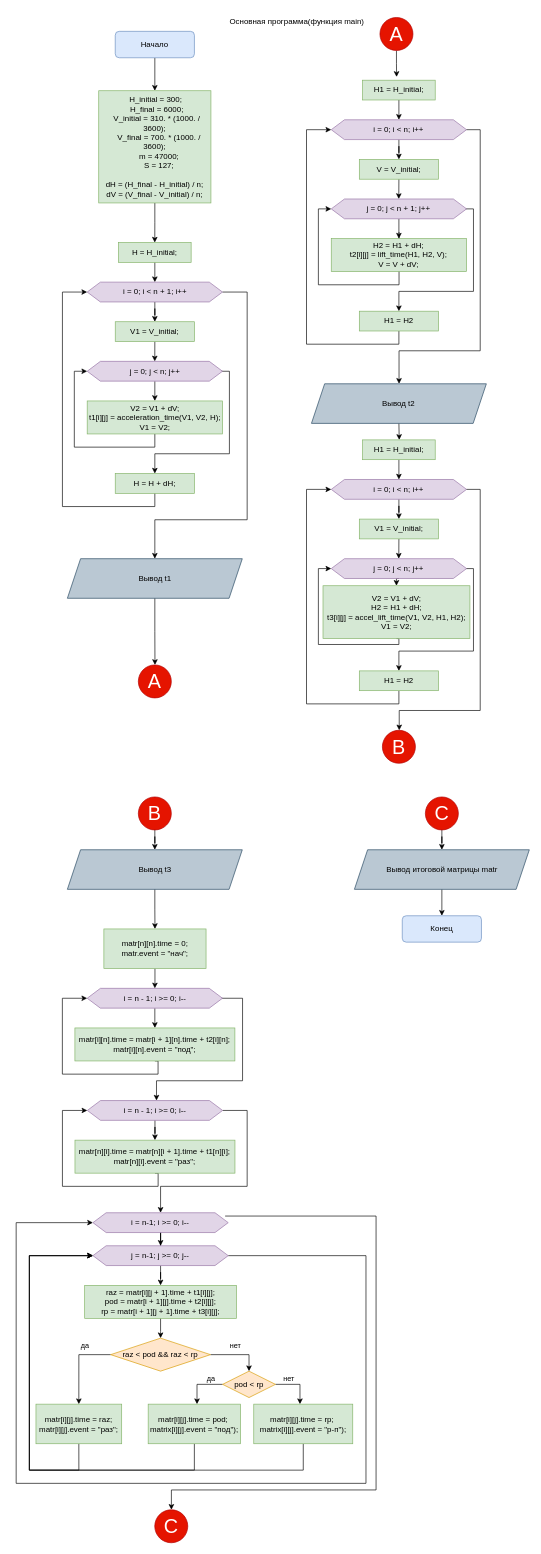
Above: Диаграмма без названия.drawio in nerses-a/Least_squares (draw.io), before the change. Source tidied: cells renumbered, new cells numbered last; positions are measured from the earlier drawing's top-left corner, leaving out a move shared by most shapes. Both pictures are drawn from the tidied source at 66%, with x=0, y=0 at pixel (16, 11).
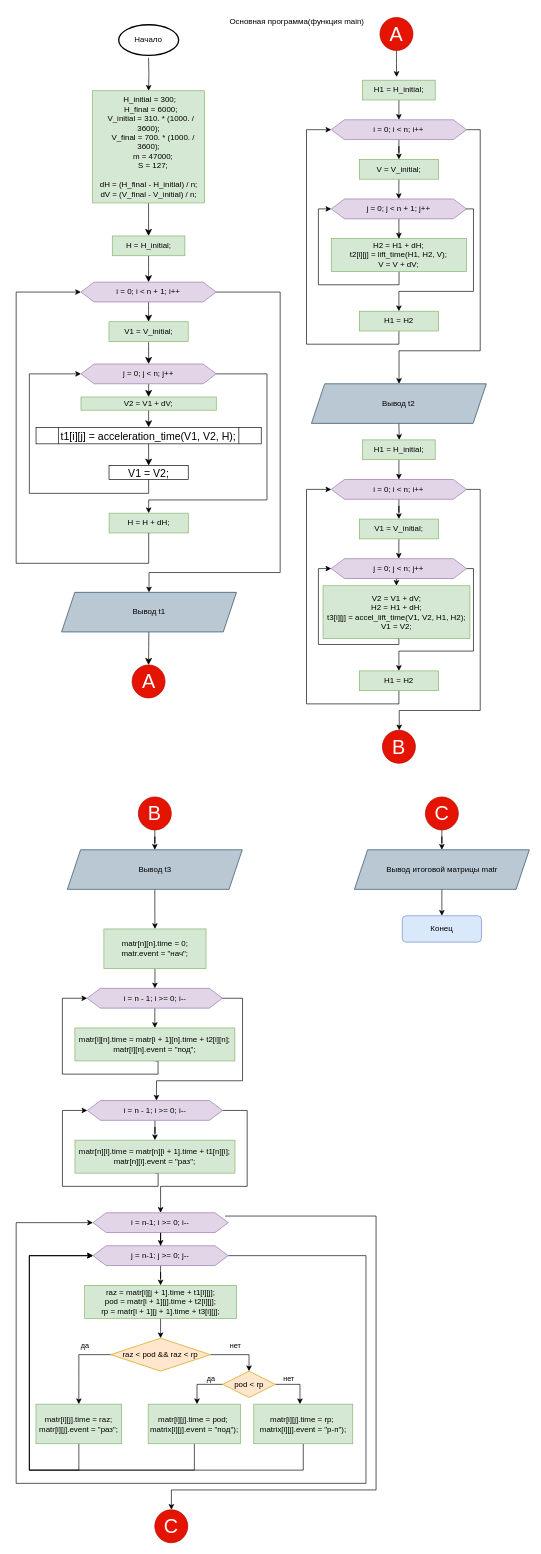
The same page after the edit.

Change to the diagram source:
```diff
@@
-    <mxCell id="2" style="edgeStyle=orthogonalEdgeStyle;rounded=0;jettySize=auto;html=1;exitX=0.5;exitY=1;exitDx=0;exitDy=0;entryX=0.5;entryY=0;entryDx=0;entryDy=0;" parent="1" edge="1" source="3" target="5">
-      <mxGeometry relative="1" as="geometry" />
+    <mxCell id="2" style="edgeStyle=orthogonalEdgeStyle;rounded=0;jettySize=auto;html=1;exitX=0.5;exitY=1;exitDx=0;exitDy=0;entryX=0.5;entryY=0;entryDx=0;entryDy=0;" parent="1" edge="1" target="5">
+      <mxGeometry relative="1" as="geometry">
+        <mxPoint x="200.6" y="70" as="sourcePoint" />
+      </mxGeometry>
     </mxCell>
-    <mxCell id="3" value="Начало" style="rounded=1;whiteSpace=wrap;html=1;fontSize=12;glass=0;strokeWidth=1;shadow=0;fillColor=#dae8fc;strokeColor=#6c8ebf;" parent="1" vertex="1">
-      <mxGeometry x="150.1" y="30" width="120" height="40" as="geometry" />
-    </mxCell>
-    <mxCell id="4" style="edgeStyle=orthogonalEdgeStyle;rounded=0;jettySize=auto;html=1;exitX=0.5;exitY=1;exitDx=0;exitDy=0;" parent="1" edge="1" source="5">
-      <mxGeometry relative="1" as="geometry">
-        <mxPoint x="210" y="350" as="targetPoint" />
-      </mxGeometry>
-    </mxCell>
+    <mxCell id="103" style="edgeStyle=none;curved=1;rounded=0;jettySize=auto;html=1;exitX=0.5;exitY=1;exitDx=0;exitDy=0;fontSize=12;startSize=8;endSize=8;" parent="1" edge="1" source="5" target="7">
+      <mxGeometry relative="1" as="geometry" />
+    </mxCell>
     <mxCell id="5" value="&lt;div&gt;&amp;nbsp;H_initial = 300;&lt;/div&gt;&lt;div&gt;&amp;nbsp; H_final = 6000;&lt;/div&gt;&lt;div&gt;&amp;nbsp; V_initial = 310. * (1000. / 3600);&lt;/div&gt;&lt;div&gt;&amp;nbsp; &amp;nbsp; V_final = 700. * (1000. / 3600);&lt;/div&gt;&lt;div&gt;&amp;nbsp; &amp;nbsp; m = 47000;&lt;/div&gt;&lt;div&gt;&amp;nbsp; &amp;nbsp; S = 127;&lt;/div&gt;&lt;div&gt;&lt;br&gt;&lt;/div&gt;&lt;div&gt;&lt;span style=&quot;background-color: initial;&quot;&gt;dH = (H_final - H_initial) / n;&lt;/span&gt;&lt;/div&gt;&lt;div&gt;&lt;span style=&quot;background-color: initial;&quot;&gt;dV = (V_final - V_initial) / n;&lt;/span&gt;&lt;/div&gt;" style="whiteSpace=wrap;html=1;fillColor=#d5e8d4;strokeColor=#82b366;" parent="1" vertex="1">
-      <mxGeometry x="125.1" y="120" width="170" height="170" as="geometry" />
+      <mxGeometry x="115.6" y="120" width="170" height="170" as="geometry" />
     </mxCell>
-    <mxCell id="6" style="edgeStyle=orthogonalEdgeStyle;rounded=0;jettySize=auto;html=1;exitX=0.5;exitY=1;exitDx=0;exitDy=0;entryX=0.5;entryY=0;entryDx=0;entryDy=0;" parent="1" edge="1" source="7" target="10">
+    <mxCell id="6" style="edgeStyle=none;curved=1;rounded=0;jettySize=auto;html=1;exitX=0.5;exitY=1;exitDx=0;exitDy=0;entryX=0.5;entryY=0;entryDx=0;entryDy=0;fontSize=12;startSize=8;endSize=8;" parent="1" edge="1" source="7" target="10">
       <mxGeometry relative="1" as="geometry" />
     </mxCell>
     <mxCell id="7" value="H = H_initial;" style="rounded=0;whiteSpace=wrap;html=1;fillColor=#d5e8d4;strokeColor=#82b366;" parent="1" vertex="1">
-      <mxGeometry x="155.1" y="350" width="110" height="30" as="geometry" />
+      <mxGeometry x="145.6" y="340" width="110" height="30" as="geometry" />
     </mxCell>
-    <mxCell id="8" style="edgeStyle=orthogonalEdgeStyle;rounded=0;jettySize=auto;html=1;" parent="1" edge="1" source="10" target="12">
+    <mxCell id="8" style="edgeStyle=none;curved=1;rounded=0;jettySize=auto;html=1;exitX=0.5;exitY=1;exitDx=0;exitDy=0;entryX=0.5;entryY=0;entryDx=0;entryDy=0;fontSize=12;startSize=8;endSize=8;" parent="1" edge="1" source="10" target="12">
       <mxGeometry relative="1" as="geometry" />
     </mxCell>
-    <mxCell id="9" style="edgeStyle=orthogonalEdgeStyle;rounded=0;jettySize=auto;html=1;exitX=1;exitY=0.5;exitDx=0;exitDy=0;entryX=0.5;entryY=0;entryDx=0;entryDy=0;" parent="1" edge="1" source="10" target="21">
-      <mxGeometry relative="1" as="geometry">
-        <Array as="points">
-          <mxPoint x="350" y="425" />
-          <mxPoint x="350" y="770" />
-          <mxPoint x="210" y="770" />
-        </Array>
-      </mxGeometry>
-    </mxCell>
     <mxCell id="10" value="i = 0; i &amp;lt; n + 1; i++" style="shape=hexagon;perimeter=hexagonPerimeter2;whiteSpace=wrap;html=1;fixedSize=1;fillColor=#e1d5e7;strokeColor=#9673a6;" parent="1" vertex="1">
-      <mxGeometry x="107.6" y="410" width="205" height="30" as="geometry" />
+      <mxGeometry x="98.1" y="410" width="205" height="30" as="geometry" />
     </mxCell>
-    <mxCell id="11" style="edgeStyle=orthogonalEdgeStyle;rounded=0;jettySize=auto;html=1;exitX=0.5;exitY=1;exitDx=0;exitDy=0;" parent="1" edge="1" source="12">
-      <mxGeometry relative="1" as="geometry">
-        <mxPoint x="210" y="530" as="targetPoint" />
-      </mxGeometry>
-    </mxCell>
+    <mxCell id="104" style="edgeStyle=none;curved=1;rounded=0;jettySize=auto;html=1;exitX=0.5;exitY=1;exitDx=0;exitDy=0;entryX=0.5;entryY=0;entryDx=0;entryDy=0;fontSize=12;startSize=8;endSize=8;" parent="1" edge="1" source="12" target="15">
+      <mxGeometry relative="1" as="geometry" />
+    </mxCell>
     <mxCell id="12" value="V1 = V_initial;" style="rounded=0;whiteSpace=wrap;html=1;fillColor=#d5e8d4;strokeColor=#82b366;" parent="1" vertex="1">
-      <mxGeometry x="150.1" y="470" width="120" height="30" as="geometry" />
+      <mxGeometry x="140.6" y="470" width="120" height="30" as="geometry" />
     </mxCell>
-    <mxCell id="13" style="edgeStyle=orthogonalEdgeStyle;rounded=0;jettySize=auto;html=1;exitX=0.5;exitY=1;exitDx=0;exitDy=0;entryX=0.5;entryY=0;entryDx=0;entryDy=0;" parent="1" edge="1" source="15" target="17">
+    <mxCell id="13" style="edgeStyle=none;curved=1;rounded=0;jettySize=auto;html=1;exitX=0.5;exitY=1;exitDx=0;exitDy=0;entryX=0.5;entryY=0;entryDx=0;entryDy=0;fontSize=12;startSize=8;endSize=8;" parent="1" edge="1" source="15" target="17">
       <mxGeometry relative="1" as="geometry" />
     </mxCell>
-    <mxCell id="14" style="edgeStyle=orthogonalEdgeStyle;rounded=0;orthogonalLoop=1;jettySize=auto;html=1;exitX=1;exitY=0.5;exitDx=0;exitDy=0;" parent="1" edge="1">
-      <mxGeometry relative="1" as="geometry">
-        <mxPoint x="302.6" y="545" as="sourcePoint" />
-        <mxPoint x="210.1" y="700" as="targetPoint" />
-        <Array as="points">
-          <mxPoint x="323.1" y="545" />
-          <mxPoint x="323.1" y="670" />
-          <mxPoint x="210.1" y="670" />
-        </Array>
-      </mxGeometry>
-    </mxCell>
     <mxCell id="15" value="j = 0; j &amp;lt; n; j++" style="shape=hexagon;perimeter=hexagonPerimeter2;whiteSpace=wrap;html=1;fixedSize=1;fillColor=#e1d5e7;strokeColor=#9673a6;" parent="1" vertex="1">
-      <mxGeometry x="107.6" y="530" width="205" height="30" as="geometry" />
+      <mxGeometry x="98.2" y="534" width="205" height="30" as="geometry" />
     </mxCell>
-    <mxCell id="16" style="edgeStyle=orthogonalEdgeStyle;rounded=0;jettySize=auto;html=1;exitX=0.5;exitY=1;exitDx=0;exitDy=0;entryX=0;entryY=0.5;entryDx=0;entryDy=0;" parent="1" edge="1" source="17" target="15">
-      <mxGeometry relative="1" as="geometry">
-        <Array as="points">
-          <mxPoint x="210.1" y="660" />
-          <mxPoint x="88.1" y="660" />
-          <mxPoint x="88.1" y="545" />
-        </Array>
-      </mxGeometry>
-    </mxCell>
+    <mxCell id="105" style="edgeStyle=none;curved=1;rounded=0;jettySize=auto;html=1;exitX=0.5;exitY=1;exitDx=0;exitDy=0;entryX=0.5;entryY=0;entryDx=0;entryDy=0;fontSize=12;startSize=8;endSize=8;" parent="1" edge="1" source="17" target="108">
+      <mxGeometry relative="1" as="geometry" />
+    </mxCell>
-    <mxCell id="17" value="&lt;div&gt;V2 = V1 + dV;&lt;/div&gt;&lt;div&gt;&lt;span style=&quot;background-color: initial;&quot;&gt;t1[i][j] = acceleration_time(V1, V2, H);&lt;/span&gt;&lt;/div&gt;&lt;div&gt;&lt;span style=&quot;background-color: initial;&quot;&gt;V1 = V2;&lt;/span&gt;&lt;/div&gt;" style="rounded=0;whiteSpace=wrap;html=1;fillColor=#d5e8d4;strokeColor=#82b366;" parent="1" vertex="1">
-      <mxGeometry x="107.6" y="590" width="205" height="50" as="geometry" />
+    <mxCell id="17" value="&lt;div&gt;V2 = V1 + dV;&lt;/div&gt;" style="rounded=0;whiteSpace=wrap;html=1;fillColor=#d5e8d4;strokeColor=#82b366;" parent="1" vertex="1">
+      <mxGeometry x="98.2" y="584" width="205" height="20" as="geometry" />
     </mxCell>
-    <mxCell id="18" style="edgeStyle=orthogonalEdgeStyle;rounded=0;jettySize=auto;html=1;exitX=0.5;exitY=1;exitDx=0;exitDy=0;entryX=0;entryY=0.5;entryDx=0;entryDy=0;" parent="1" edge="1" source="19" target="10">
-      <mxGeometry relative="1" as="geometry">
-        <Array as="points">
-          <mxPoint x="210.1" y="750" />
-          <mxPoint x="70.1" y="750" />
-          <mxPoint x="70.1" y="425" />
-        </Array>
-      </mxGeometry>
-    </mxCell>
     <mxCell id="19" value="H = H + dH;" style="rounded=0;whiteSpace=wrap;html=1;fillColor=#d5e8d4;strokeColor=#82b366;" parent="1" vertex="1">
-      <mxGeometry x="150.1" y="700" width="120" height="30" as="geometry" />
+      <mxGeometry x="140.8" y="760" width="120" height="30" as="geometry" />
     </mxCell>
-    <mxCell id="20" style="edgeStyle=orthogonalEdgeStyle;rounded=0;jettySize=auto;html=1;exitX=0.5;exitY=1;exitDx=0;exitDy=0;" parent="1" edge="1" source="21">
-      <mxGeometry relative="1" as="geometry">
-        <mxPoint x="210.3" y="990" as="targetPoint" />
-      </mxGeometry>
-    </mxCell>
+    <mxCell id="106" style="edgeStyle=none;curved=1;rounded=0;jettySize=auto;html=1;fontSize=12;startSize=8;endSize=8;" parent="1" edge="1" source="21" target="57">
+      <mxGeometry relative="1" as="geometry" />
+    </mxCell>
     <mxCell id="21" value="Вывод t1" style="shape=parallelogram;perimeter=parallelogramPerimeter;whiteSpace=wrap;html=1;fixedSize=1;fillColor=#bac8d3;strokeColor=#23445d;" parent="1" vertex="1">
-      <mxGeometry x="77.6" y="829" width="265" height="60" as="geometry" />
+      <mxGeometry x="68.8" y="880" width="265" height="60" as="geometry" />
     </mxCell>
@@
     <mxCell id="57" value="&lt;font style=&quot;font-size: 30px;&quot;&gt;A&lt;/font&gt;" style="ellipse;whiteSpace=wrap;html=1;fillColor=#e51400;strokeColor=#B20000;fontColor=#ffffff;" parent="1" vertex="1">
-      <mxGeometry x="185.1" y="990" width="50" height="50" as="geometry" />
+      <mxGeometry x="175.6" y="990" width="50" height="50" as="geometry" />
     </mxCell>
@@
+    <mxCell id="3" value="Начало" style="strokeWidth=2;html=1;shape=mxgraph.flowchart.start_1;whiteSpace=wrap;" parent="1" vertex="1">
+      <mxGeometry x="155.3" y="20" width="90.9" height="46.5" as="geometry" />
+    </mxCell>
+    <mxCell id="107" style="edgeStyle=none;curved=1;rounded=0;jettySize=auto;html=1;exitX=0.5;exitY=1;exitDx=0;exitDy=0;entryX=0.5;entryY=0;entryDx=0;entryDy=0;fontSize=12;startSize=8;endSize=8;" parent="1" edge="1" source="108" target="109">
+      <mxGeometry relative="1" as="geometry" />
+    </mxCell>
+    <mxCell id="108" value="t1[i][j] = acceleration_time(V1, V2, H);" style="shape=process;whiteSpace=wrap;html=1;backgroundOutline=1;fontSize=16;" parent="1" vertex="1">
+      <mxGeometry x="30.1" y="630" width="341.2" height="25" as="geometry" />
+    </mxCell>
+    <mxCell id="109" value="V1 = V2;" style="rounded=0;whiteSpace=wrap;html=1;fontSize=16;" parent="1" vertex="1">
+      <mxGeometry x="140.7" y="688" width="120" height="21" as="geometry" />
+    </mxCell>
+    <mxCell id="110" style="edgeStyle=none;curved=1;rounded=0;orthogonalLoop=1;jettySize=auto;html=1;exitX=0.5;exitY=1;exitDx=0;exitDy=0;fontSize=12;startSize=8;endSize=8;" parent="1" edge="1" source="19" target="19">
+      <mxGeometry relative="1" as="geometry" />
+    </mxCell>
+    <mxCell id="111" style="edgeStyle=orthogonalEdgeStyle;rounded=0;jettySize=auto;html=1;entryX=0;entryY=0.5;entryDx=0;entryDy=0;" parent="1" edge="1" source="109" target="15">
+      <mxGeometry relative="1" as="geometry">
+        <Array as="points">
+          <mxPoint x="201" y="730" />
+          <mxPoint x="20" y="730" />
+          <mxPoint x="20" y="549" />
+        </Array>
+      </mxGeometry>
+    </mxCell>
+    <mxCell id="112" style="edgeStyle=orthogonalEdgeStyle;rounded=0;jettySize=auto;html=1;exitX=1;exitY=0.5;exitDx=0;exitDy=0;entryX=0.5;entryY=0;entryDx=0;entryDy=0;" parent="1" edge="1" source="15" target="19">
+      <mxGeometry relative="1" as="geometry">
+        <Array as="points">
+          <mxPoint x="380" y="549" />
+          <mxPoint x="380" y="740" />
+          <mxPoint x="201" y="740" />
+        </Array>
+      </mxGeometry>
+    </mxCell>
+    <mxCell id="18" style="edgeStyle=orthogonalEdgeStyle;rounded=0;jettySize=auto;html=1;exitX=0.5;exitY=1;exitDx=0;exitDy=0;entryX=0;entryY=0.5;entryDx=0;entryDy=0;" parent="1" edge="1" source="19" target="10">
+      <mxGeometry relative="1" as="geometry">
+        <Array as="points">
+          <mxPoint x="201" y="836" />
+          <mxPoint y="836" />
+          <mxPoint y="425" />
+        </Array>
+      </mxGeometry>
+    </mxCell>
+    <mxCell id="9" style="edgeStyle=orthogonalEdgeStyle;rounded=0;jettySize=auto;html=1;exitX=1;exitY=0.5;exitDx=0;exitDy=0;entryX=0.5;entryY=0;entryDx=0;entryDy=0;" parent="1" edge="1" source="10" target="21">
+      <mxGeometry relative="1" as="geometry">
+        <Array as="points">
+          <mxPoint x="400" y="425" />
+          <mxPoint x="400" y="850" />
+          <mxPoint x="201" y="850" />
+        </Array>
+      </mxGeometry>
+    </mxCell>
```
